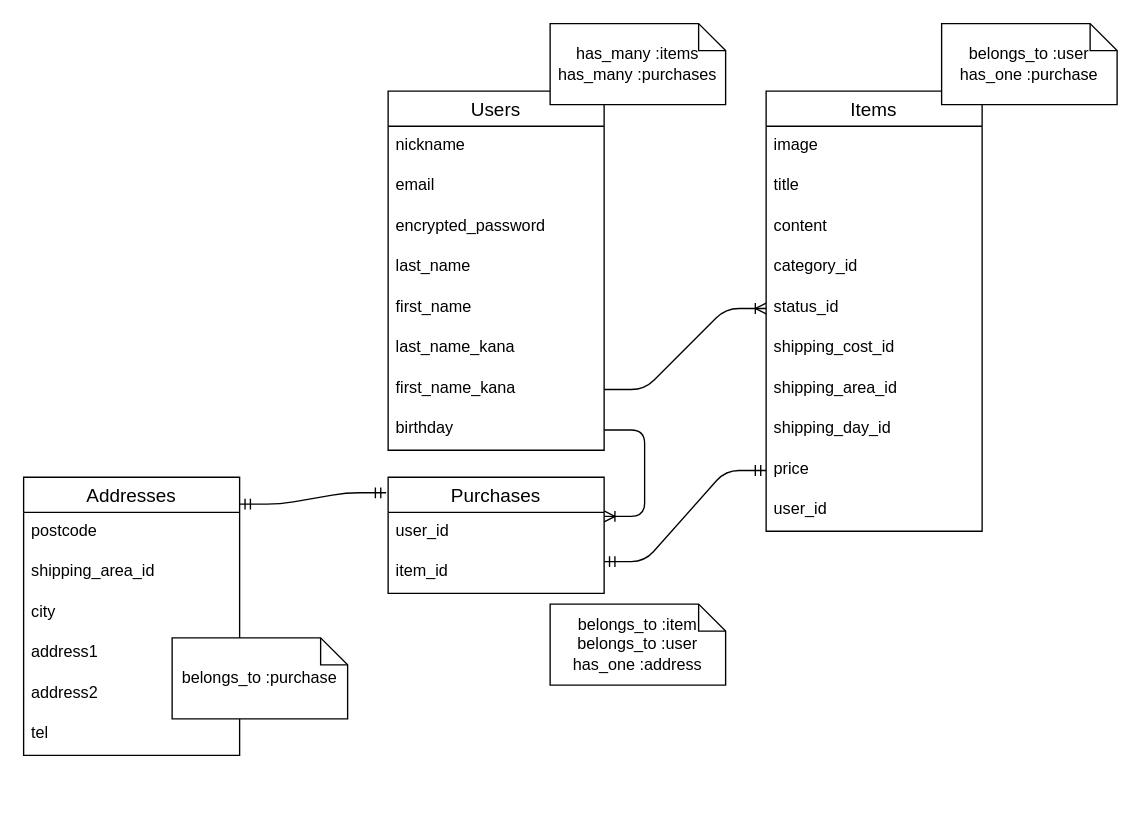
Before: er.dio in Allisonna/furima-40530, a draw.io diagram. Source tidied: cells renumbered, new cells numbered last; positions are measured from the earlier drawing's top-left corner, leaving out a move shared by most shapes. Both pictures are drawn from the tidied source at 135%, with x=0, y=0 at pixel (23, 23).
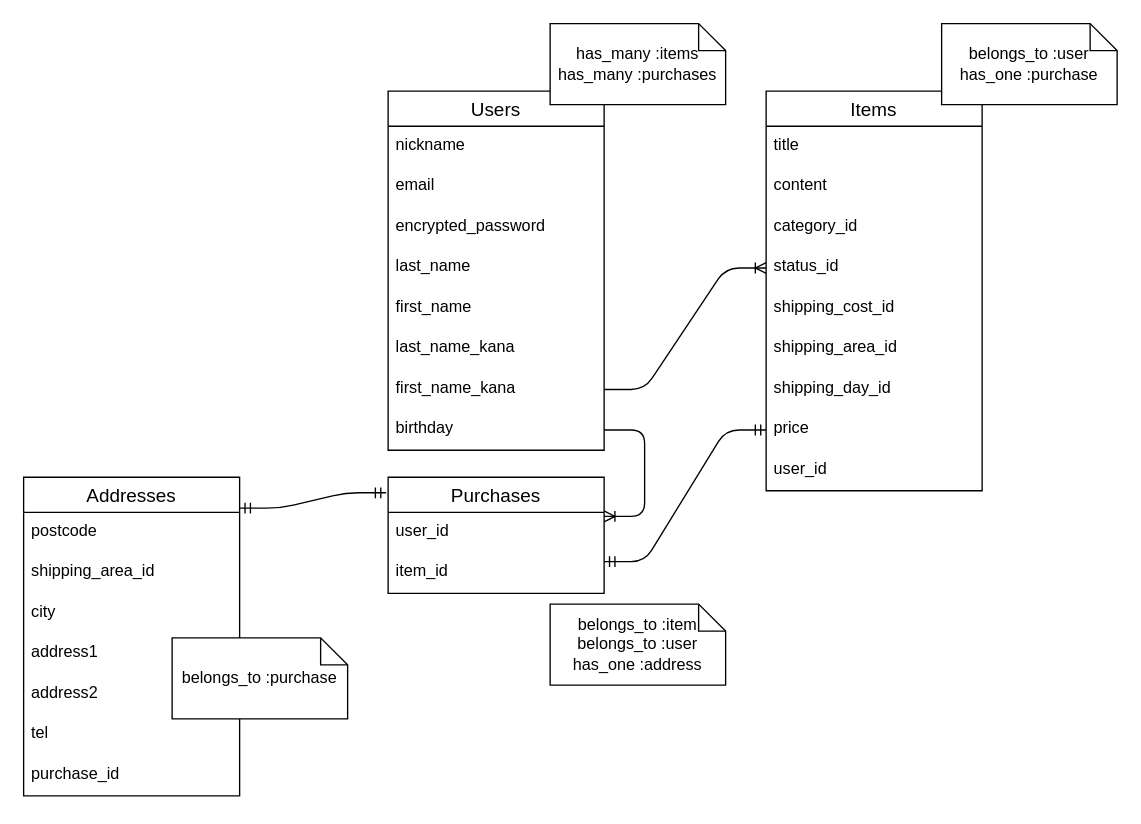
The same diagram, later.

Commit message (it also covers changes not shown here):
ER図とデータベースの修正６

What changed in the source:
```diff
@@
     <mxCell id="11" value="Items" style="swimlane;fontStyle=0;horizontal=1;startSize=26;align=center;fontSize=14;" parent="1" vertex="1">
-      <mxGeometry x="550" y="50" width="160" height="326" as="geometry" />
+      <mxGeometry x="550" y="50" width="160" height="296" as="geometry" />
     </mxCell>
-    <mxCell id="12" value="image" style="text;strokeColor=none;fillColor=none;spacingLeft=4;spacingRight=4;overflow=hidden;fontSize=12;" parent="11" vertex="1">
-      <mxGeometry y="26" width="160" height="30" as="geometry" />
-    </mxCell>
     <mxCell id="13" value="title" style="text;strokeColor=none;fillColor=none;spacingLeft=4;spacingRight=4;overflow=hidden;fontSize=12;" parent="11" vertex="1">
-      <mxGeometry y="56" width="160" height="30" as="geometry" />
+      <mxGeometry y="26" width="160" height="30" as="geometry" />
     </mxCell>
     <mxCell id="14" value="content" style="text;strokeColor=none;fillColor=none;spacingLeft=4;spacingRight=4;overflow=hidden;fontSize=12;" parent="11" vertex="1">
-      <mxGeometry y="86" width="160" height="30" as="geometry" />
+      <mxGeometry y="56" width="160" height="30" as="geometry" />
     </mxCell>
     <mxCell id="15" value="category_id" style="text;strokeColor=none;fillColor=none;spacingLeft=4;spacingRight=4;overflow=hidden;fontSize=12;" parent="11" vertex="1">
-      <mxGeometry y="116" width="160" height="30" as="geometry" />
+      <mxGeometry y="86" width="160" height="30" as="geometry" />
     </mxCell>
     <mxCell id="16" value="status_id" style="text;strokeColor=none;fillColor=none;spacingLeft=4;spacingRight=4;overflow=hidden;points=[[0,0.5],[1,0.5]];portConstraint=eastwest;fontSize=12;" parent="11" vertex="1">
-      <mxGeometry y="146" width="160" height="30" as="geometry" />
+      <mxGeometry y="116" width="160" height="30" as="geometry" />
     </mxCell>
     <mxCell id="17" value="shipping_cost_id" style="text;strokeColor=none;fillColor=none;spacingLeft=4;spacingRight=4;overflow=hidden;fontSize=12;" parent="11" vertex="1">
-      <mxGeometry y="176" width="160" height="30" as="geometry" />
+      <mxGeometry y="146" width="160" height="30" as="geometry" />
     </mxCell>
     <mxCell id="18" value="shipping_area_id" style="text;strokeColor=none;fillColor=none;spacingLeft=4;spacingRight=4;overflow=hidden;fontSize=12;" parent="11" vertex="1">
-      <mxGeometry y="206" width="160" height="30" as="geometry" />
+      <mxGeometry y="176" width="160" height="30" as="geometry" />
     </mxCell>
     <mxCell id="19" value="shipping_day_id" style="text;strokeColor=none;fillColor=none;spacingLeft=4;spacingRight=4;overflow=hidden;fontSize=12;" parent="11" vertex="1">
-      <mxGeometry y="236" width="160" height="30" as="geometry" />
+      <mxGeometry y="206" width="160" height="30" as="geometry" />
     </mxCell>
     <mxCell id="20" value="price" style="text;strokeColor=none;fillColor=none;spacingLeft=4;spacingRight=4;overflow=hidden;points=[[0,0.5],[1,0.5]];portConstraint=eastwest;fontSize=12;" parent="11" vertex="1">
-      <mxGeometry y="266" width="160" height="30" as="geometry" />
+      <mxGeometry y="236" width="160" height="30" as="geometry" />
     </mxCell>
     <mxCell id="21" value="user_id" style="text;strokeColor=none;fillColor=none;spacingLeft=4;spacingRight=4;overflow=hidden;fontSize=12;" parent="11" vertex="1">
-      <mxGeometry y="296" width="160" height="30" as="geometry" />
+      <mxGeometry y="266" width="160" height="30" as="geometry" />
     </mxCell>
@@
     <mxCell id="27" value="Addresses" style="swimlane;fontStyle=0;horizontal=1;startSize=26;align=center;fontSize=14;" parent="1" vertex="1">
-      <mxGeometry y="336" width="160" height="206" as="geometry" />
+      <mxGeometry y="336" width="160" height="236" as="geometry" />
     </mxCell>
@@
+    <mxCell id="40" value="tel" style="text;strokeColor=none;fillColor=none;spacingLeft=4;spacingRight=4;overflow=hidden;fontSize=12;" parent="27" vertex="1">
+      <mxGeometry y="176" width="160" height="30" as="geometry" />
+    </mxCell>
-    <mxCell id="33" value="tel" style="text;strokeColor=none;fillColor=none;spacingLeft=4;spacingRight=4;overflow=hidden;fontSize=12;" parent="27" vertex="1">
-      <mxGeometry y="176" width="160" height="30" as="geometry" />
+    <mxCell id="33" value="purchase_id" style="text;strokeColor=none;fillColor=none;spacingLeft=4;spacingRight=4;overflow=hidden;fontSize=12;" parent="27" vertex="1">
+      <mxGeometry y="206" width="160" height="30" as="geometry" />
     </mxCell>
```
